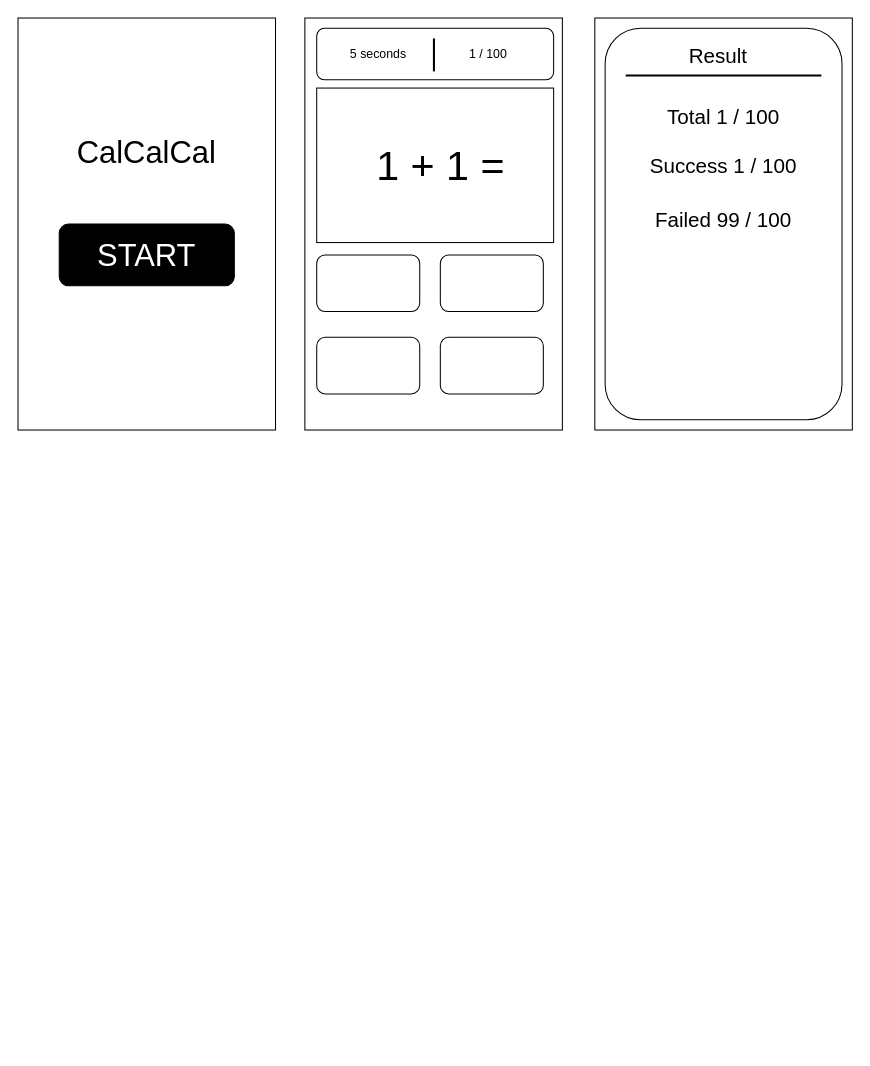
Before: cal.drawio in kshomazirou/calcalcal, a draw.io diagram. Source tidied: cells renumbered, new cells numbered last; positions are measured from the earlier drawing's top-left corner, leaving out a move shared by most shapes. Both pictures are drawn from the tidied source at 103%, with x=0, y=0 at pixel (18, 18).
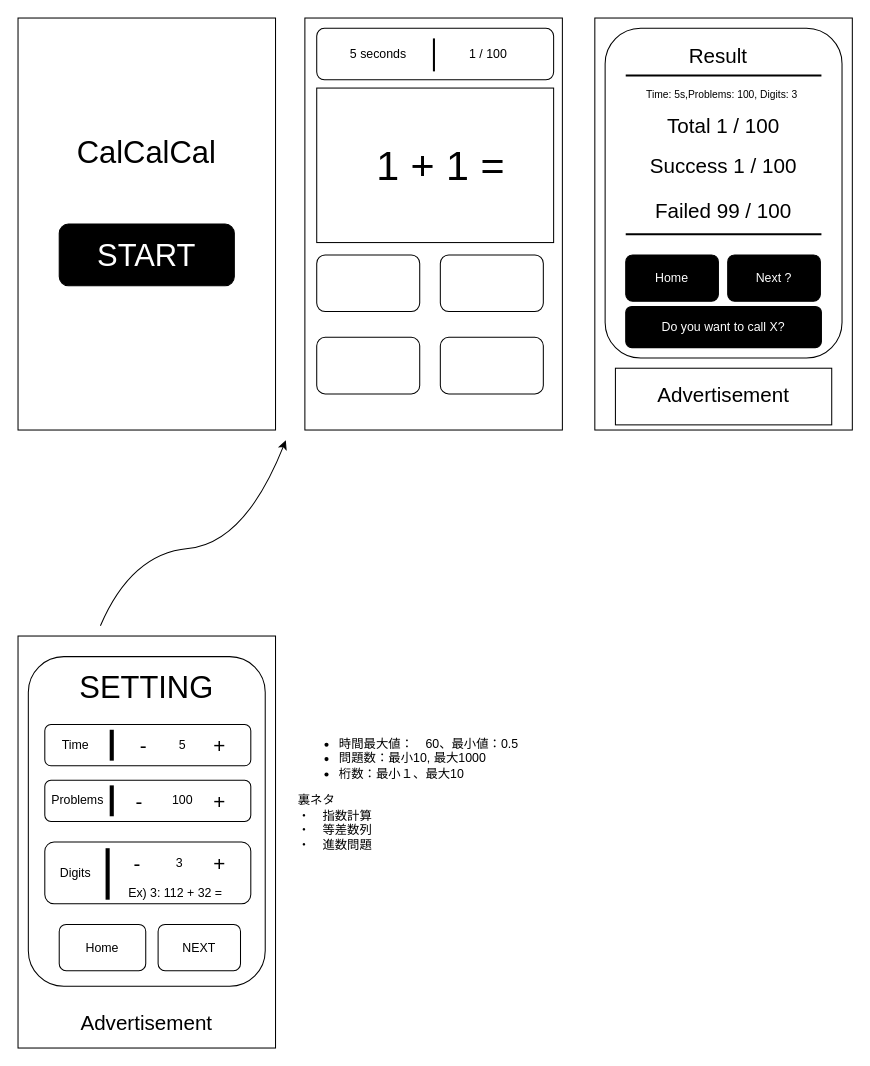
Above is the later version.

Commit message:
cal.drawio を更新します

The edit, as a diff of the source:
```diff
@@
+    <mxCell id="23" style="rounded=1;whiteSpace=wrap;html=1;strokeColor=default;" parent="1" vertex="1">
+      <mxGeometry x="580" y="260" width="200" height="60" as="geometry" />
+    </mxCell>
@@
     <mxCell id="17" style="rounded=1;whiteSpace=wrap;html=1;" parent="1" vertex="1">
-      <mxGeometry x="570" y="10" width="230" height="380" as="geometry" />
+      <mxGeometry x="570" y="10" width="230" height="320" as="geometry" />
     </mxCell>
@@
     <mxCell id="20" value="&lt;span style=&quot;font-size: 20px;&quot;&gt;Total 1 / 100&lt;/span&gt;" style="text;html=1;strokeColor=none;fillColor=none;align=center;verticalAlign=middle;whiteSpace=wrap;rounded=0;" parent="1" vertex="1">
-      <mxGeometry x="590" y="80" width="190" height="30" as="geometry" />
+      <mxGeometry x="590" y="89" width="190" height="30" as="geometry" />
     </mxCell>
@@
     <mxCell id="22" value="&lt;span style=&quot;font-size: 20px;&quot;&gt;Failed 99 / 100&lt;/span&gt;" style="text;html=1;strokeColor=none;fillColor=none;align=center;verticalAlign=middle;whiteSpace=wrap;rounded=0;" parent="1" vertex="1">
-      <mxGeometry x="590" y="180" width="190" height="30" as="geometry" />
+      <mxGeometry x="590" y="172" width="190" height="30" as="geometry" />
     </mxCell>
+    <mxCell id="24" style="rounded=0;whiteSpace=wrap;html=1;" parent="1" vertex="1">
+      <mxGeometry x="580" y="340" width="210" height="55" as="geometry" />
+    </mxCell>
+    <mxCell id="25" value="&lt;font style=&quot;font-size: 20px;&quot;&gt;Advertisement&lt;/font&gt;" style="text;html=1;strokeColor=none;fillColor=none;align=center;verticalAlign=middle;whiteSpace=wrap;rounded=0;" parent="1" vertex="1">
+      <mxGeometry x="580" y="350" width="210" height="30" as="geometry" />
+    </mxCell>
+    <mxCell id="26" style="rounded=1;whiteSpace=wrap;html=1;strokeColor=#000000;fillColor=#000000;" parent="1" vertex="1">
+      <mxGeometry x="590" y="280" width="190" height="40" as="geometry" />
+    </mxCell>
+    <mxCell id="27" value="&lt;font color=&quot;#ffffff&quot;&gt;Do you want to call X?&lt;/font&gt;" style="text;html=1;strokeColor=none;fillColor=none;align=center;verticalAlign=middle;whiteSpace=wrap;rounded=0;" parent="1" vertex="1">
+      <mxGeometry x="590" y="285" width="190" height="30" as="geometry" />
+    </mxCell>
+    <mxCell id="28" style="line;strokeWidth=2;html=1;" parent="1" vertex="1">
+      <mxGeometry x="590" y="205" width="190" height="10" as="geometry" />
+    </mxCell>
+    <mxCell id="29" style="rounded=1;whiteSpace=wrap;html=1;fillColor=#000000;" parent="1" vertex="1">
+      <mxGeometry x="590" y="230" width="90" height="45" as="geometry" />
+    </mxCell>
+    <mxCell id="30" style="rounded=1;whiteSpace=wrap;html=1;fillColor=#000000;" parent="1" vertex="1">
+      <mxGeometry x="689" y="230" width="90" height="45" as="geometry" />
+    </mxCell>
+    <mxCell id="31" value="&lt;font color=&quot;#ffffff&quot;&gt;Home&lt;/font&gt;" style="text;html=1;strokeColor=none;fillColor=none;align=center;verticalAlign=middle;whiteSpace=wrap;rounded=0;" parent="1" vertex="1">
+      <mxGeometry x="590" y="237.5" width="90" height="30" as="geometry" />
+    </mxCell>
+    <mxCell id="32" value="&lt;font color=&quot;#ffffff&quot;&gt;Next ?&lt;/font&gt;" style="text;html=1;strokeColor=none;fillColor=none;align=center;verticalAlign=middle;whiteSpace=wrap;rounded=0;" parent="1" vertex="1">
+      <mxGeometry x="689" y="237.5" width="90" height="30" as="geometry" />
+    </mxCell>
+    <mxCell id="33" style="curved=1;endArrow=classic;html=1;rounded=0;" parent="1" edge="1">
+      <mxGeometry relative="1" as="geometry">
+        <mxPoint x="80" y="590" as="sourcePoint" />
+        <mxPoint x="260" y="410" as="targetPoint" />
+        <Array as="points">
+          <mxPoint x="110" y="520" />
+          <mxPoint x="220" y="510" />
+        </Array>
+      </mxGeometry>
+    </mxCell>
+    <mxCell id="34" style="rounded=0;whiteSpace=wrap;html=1;" parent="1" vertex="1">
+      <mxGeometry y="600" width="250" height="400" as="geometry" />
+    </mxCell>
+    <mxCell id="35" style="rounded=1;whiteSpace=wrap;html=1;" parent="1" vertex="1">
+      <mxGeometry x="10" y="620" width="230" height="320" as="geometry" />
+    </mxCell>
+    <mxCell id="36" value="&lt;span style=&quot;font-size: 30px;&quot;&gt;SETTING&lt;/span&gt;" style="text;html=1;strokeColor=none;fillColor=none;align=center;verticalAlign=middle;whiteSpace=wrap;rounded=0;" parent="1" vertex="1">
+      <mxGeometry x="10" y="630" width="230" height="40" as="geometry" />
+    </mxCell>
+    <mxCell id="37" style="rounded=1;whiteSpace=wrap;html=1;" parent="1" vertex="1">
+      <mxGeometry x="26" y="686" width="200" height="40" as="geometry" />
+    </mxCell>
+    <mxCell id="38" value="Time" style="text;html=1;strokeColor=none;fillColor=none;align=center;verticalAlign=middle;whiteSpace=wrap;rounded=0;" parent="1" vertex="1">
+      <mxGeometry x="26" y="691" width="60" height="30" as="geometry" />
+    </mxCell>
+    <mxCell id="39" value="&lt;font style=&quot;font-size: 20px;&quot;&gt;-&lt;/font&gt;" style="text;html=1;strokeColor=none;fillColor=none;align=center;verticalAlign=middle;whiteSpace=wrap;rounded=0;" parent="1" vertex="1">
+      <mxGeometry x="92" y="691" width="60" height="30" as="geometry" />
+    </mxCell>
+    <mxCell id="40" style="line;strokeWidth=4;direction=south;html=1;perimeter=backbonePerimeter;" parent="1" vertex="1">
+      <mxGeometry x="86" y="691" width="10" height="30" as="geometry" />
+    </mxCell>
+    <mxCell id="41" value="&lt;span style=&quot;font-size: 20px;&quot;&gt;+&lt;/span&gt;" style="text;html=1;strokeColor=none;fillColor=none;align=center;verticalAlign=middle;whiteSpace=wrap;rounded=0;" parent="1" vertex="1">
+      <mxGeometry x="166" y="691" width="60" height="30" as="geometry" />
+    </mxCell>
+    <mxCell id="42" value="5" style="text;html=1;strokeColor=none;fillColor=none;align=center;verticalAlign=middle;whiteSpace=wrap;rounded=0;" parent="1" vertex="1">
+      <mxGeometry x="130" y="691" width="60" height="30" as="geometry" />
+    </mxCell>
+    <mxCell id="43" style="rounded=1;whiteSpace=wrap;html=1;" parent="1" vertex="1">
+      <mxGeometry x="26" y="740" width="200" height="40" as="geometry" />
+    </mxCell>
+    <mxCell id="44" style="rounded=1;whiteSpace=wrap;html=1;" parent="1" vertex="1">
+      <mxGeometry x="26" y="800" width="200" height="60" as="geometry" />
+    </mxCell>
+    <mxCell id="45" value="Problems" style="text;html=1;strokeColor=none;fillColor=none;align=center;verticalAlign=middle;whiteSpace=wrap;rounded=0;" parent="1" vertex="1">
+      <mxGeometry x="28" y="745" width="60" height="30" as="geometry" />
+    </mxCell>
+    <mxCell id="46" style="line;strokeWidth=4;direction=south;html=1;perimeter=backbonePerimeter;" parent="1" vertex="1">
+      <mxGeometry x="86" y="745" width="10" height="30" as="geometry" />
+    </mxCell>
+    <mxCell id="47" style="line;strokeWidth=4;direction=south;html=1;perimeter=backbonePerimeter;" parent="1" vertex="1">
+      <mxGeometry x="82" y="806" width="10" height="50" as="geometry" />
+    </mxCell>
+    <mxCell id="48" value="&lt;font style=&quot;font-size: 20px;&quot;&gt;-&lt;/font&gt;" style="text;html=1;strokeColor=none;fillColor=none;align=center;verticalAlign=middle;whiteSpace=wrap;rounded=0;" parent="1" vertex="1">
+      <mxGeometry x="88" y="745" width="60" height="30" as="geometry" />
+    </mxCell>
+    <mxCell id="49" value="&lt;span style=&quot;font-size: 20px;&quot;&gt;+&lt;/span&gt;" style="text;html=1;strokeColor=none;fillColor=none;align=center;verticalAlign=middle;whiteSpace=wrap;rounded=0;" parent="1" vertex="1">
+      <mxGeometry x="166" y="745" width="60" height="30" as="geometry" />
+    </mxCell>
+    <mxCell id="50" value="100" style="text;html=1;strokeColor=none;fillColor=none;align=center;verticalAlign=middle;whiteSpace=wrap;rounded=0;" parent="1" vertex="1">
+      <mxGeometry x="130" y="745" width="60" height="30" as="geometry" />
+    </mxCell>
+    <mxCell id="51" value="Digits" style="text;html=1;strokeColor=none;fillColor=none;align=center;verticalAlign=middle;whiteSpace=wrap;rounded=0;" parent="1" vertex="1">
+      <mxGeometry x="26" y="815" width="60" height="30" as="geometry" />
+    </mxCell>
+    <mxCell id="52" value="&lt;font style=&quot;font-size: 20px;&quot;&gt;-&lt;/font&gt;" style="text;html=1;strokeColor=none;fillColor=none;align=center;verticalAlign=middle;whiteSpace=wrap;rounded=0;" parent="1" vertex="1">
+      <mxGeometry x="86" y="806" width="60" height="30" as="geometry" />
+    </mxCell>
+    <mxCell id="53" value="&lt;span style=&quot;font-size: 20px;&quot;&gt;+&lt;/span&gt;" style="text;html=1;strokeColor=none;fillColor=none;align=center;verticalAlign=middle;whiteSpace=wrap;rounded=0;" parent="1" vertex="1">
+      <mxGeometry x="166" y="806" width="60" height="30" as="geometry" />
+    </mxCell>
+    <mxCell id="54" value="3" style="text;html=1;strokeColor=none;fillColor=none;align=center;verticalAlign=middle;whiteSpace=wrap;rounded=0;" parent="1" vertex="1">
+      <mxGeometry x="127" y="806" width="60" height="30" as="geometry" />
+    </mxCell>
+    <mxCell id="55" value="Ex) 3: 112 + 32 =" style="text;html=1;strokeColor=none;fillColor=none;align=center;verticalAlign=middle;whiteSpace=wrap;rounded=0;" parent="1" vertex="1">
+      <mxGeometry x="86" y="840" width="134" height="20" as="geometry" />
+    </mxCell>
+    <mxCell id="56" style="rounded=1;whiteSpace=wrap;html=1;" parent="1" vertex="1">
+      <mxGeometry x="40" y="880" width="84" height="45" as="geometry" />
+    </mxCell>
+    <mxCell id="57" style="rounded=1;whiteSpace=wrap;html=1;" parent="1" vertex="1">
+      <mxGeometry x="136" y="880" width="80" height="45" as="geometry" />
+    </mxCell>
+    <mxCell id="58" value="Home" style="text;html=1;strokeColor=none;fillColor=none;align=center;verticalAlign=middle;whiteSpace=wrap;rounded=0;" parent="1" vertex="1">
+      <mxGeometry x="42" y="887.5" width="80" height="30" as="geometry" />
+    </mxCell>
+    <mxCell id="59" value="NEXT" style="text;html=1;strokeColor=none;fillColor=none;align=center;verticalAlign=middle;whiteSpace=wrap;rounded=0;" parent="1" vertex="1">
+      <mxGeometry x="136" y="887.5" width="80" height="30" as="geometry" />
+    </mxCell>
+    <mxCell id="60" value="&lt;font style=&quot;font-size: 20px;&quot;&gt;Advertisement&lt;/font&gt;" style="text;html=1;strokeColor=none;fillColor=none;align=center;verticalAlign=middle;whiteSpace=wrap;rounded=0;" parent="1" vertex="1">
+      <mxGeometry x="20" y="960" width="210" height="30" as="geometry" />
+    </mxCell>
+    <mxCell id="61" value="&lt;ul&gt;&lt;li&gt;時間最大値：　60、最小値：0.5&lt;/li&gt;&lt;li&gt;問題数：最小10, 最大1000&lt;/li&gt;&lt;li&gt;桁数：最小１、最大10&lt;/li&gt;&lt;/ul&gt;&lt;div&gt;裏ネタ&lt;/div&gt;&lt;div&gt;・　指数計算&lt;br&gt;&lt;/div&gt;&lt;div&gt;・　等差数列&lt;/div&gt;&lt;div&gt;・　進数問題&lt;/div&gt;&lt;div&gt;&lt;br&gt;&lt;/div&gt;" style="text;strokeColor=none;fillColor=none;html=1;whiteSpace=wrap;verticalAlign=middle;overflow=hidden;" parent="1" vertex="1">
+      <mxGeometry x="270" y="600" width="260" height="310" as="geometry" />
+    </mxCell>
+    <mxCell id="62" value="&lt;font style=&quot;font-size: 10px;&quot;&gt;Time: 5s,Problems: 100, Digits: 3&amp;nbsp;&lt;/font&gt;" style="text;html=1;strokeColor=none;fillColor=none;align=center;verticalAlign=middle;whiteSpace=wrap;rounded=0;" parent="1" vertex="1">
+      <mxGeometry x="590" y="59" width="190" height="30" as="geometry" />
+    </mxCell>
```
